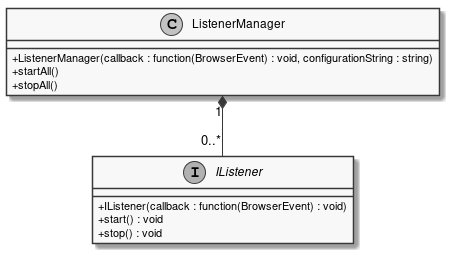
The PlantUML diagram documents/sd/resources/Classes/BrowserExtension/BackGround/ListenerManager.png in insightmind/MORR, before a commit. Its diagram source:
```plantuml
@startuml
skinparam linetype ortho
skinparam monochrome true
skinparam classAttributeIconSize 0
class ListenerManager {
    + ListenerManager(callback : function(BrowserEvent) : void, configurationString : string)
    + startAll()
    + stopAll()
}
ListenerManager "1" *-- "0..*" IListener
interface IListener {
    + IListener(callback : function(BrowserEvent) : void)
    + start() : void
    + stop() : void
}

@enduml
```
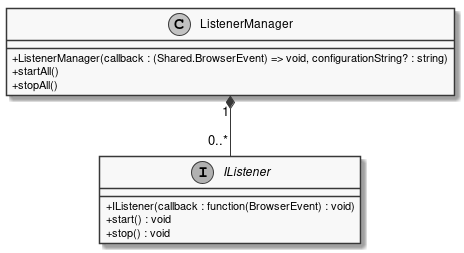
Above is the later version.

Diff of the diagram source:
```diff
@@ -3,7 +3,7 @@
 skinparam monochrome true
 skinparam classAttributeIconSize 0
 class ListenerManager {
-    + ListenerManager(callback : function(BrowserEvent) : void, configurationString : string)
+    + ListenerManager(callback : (Shared.BrowserEvent) => void, configurationString? : string)
     + startAll()
     + stopAll()
 }
```
